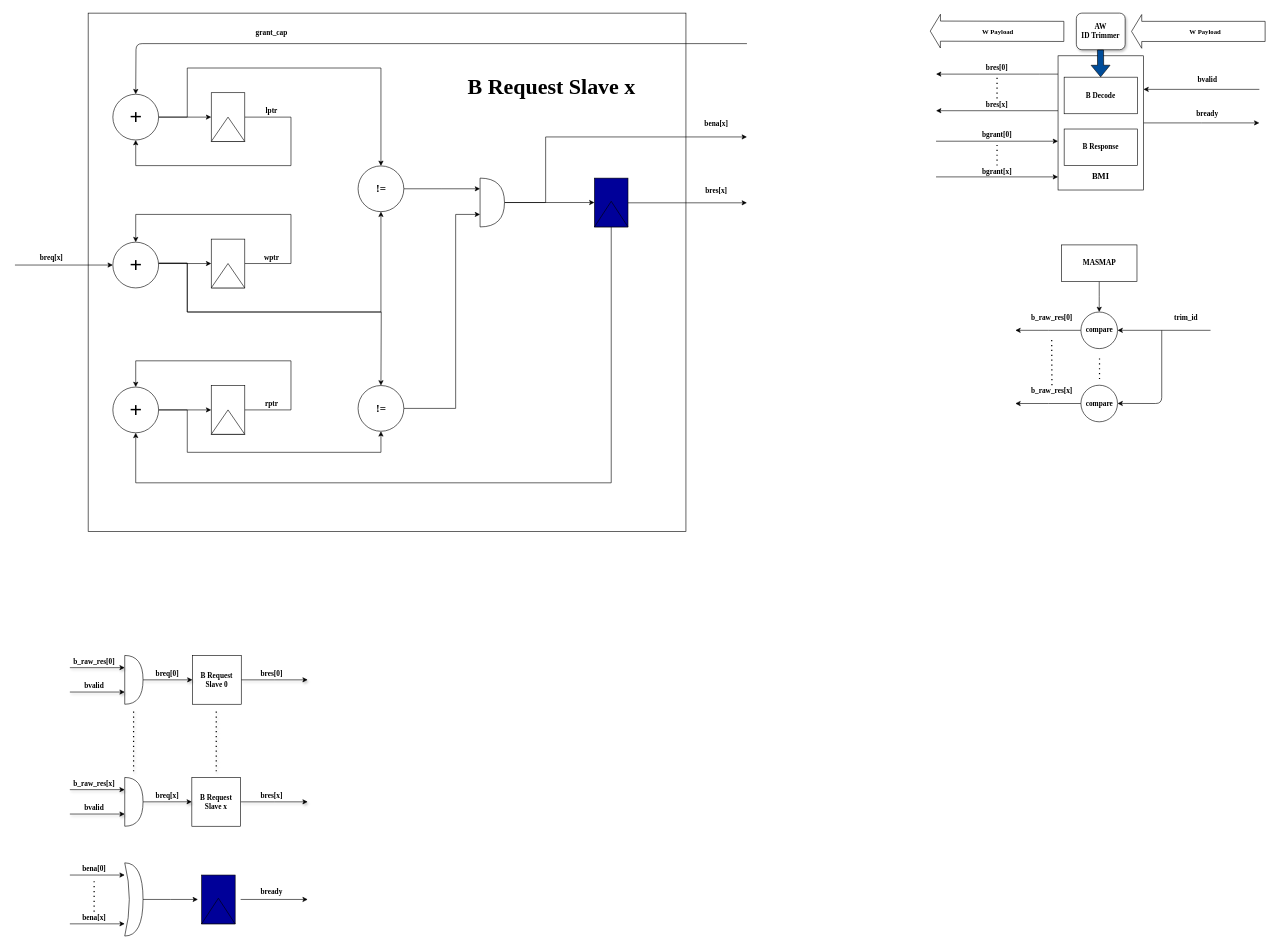
Before: page "BMI" (7 of 14) of VG_AxiBus/Doc/reg_free.drawio in nguyenquanicd/VG_RTL, a draw.io diagram. Source tidied: cells renumbered, new cells numbered last; positions are measured from the earlier drawing's top-left corner, leaving out a move shared by most shapes. Both pictures are drawn from the tidied source at 61%, with x=0, y=0 at pixel (15, 13).
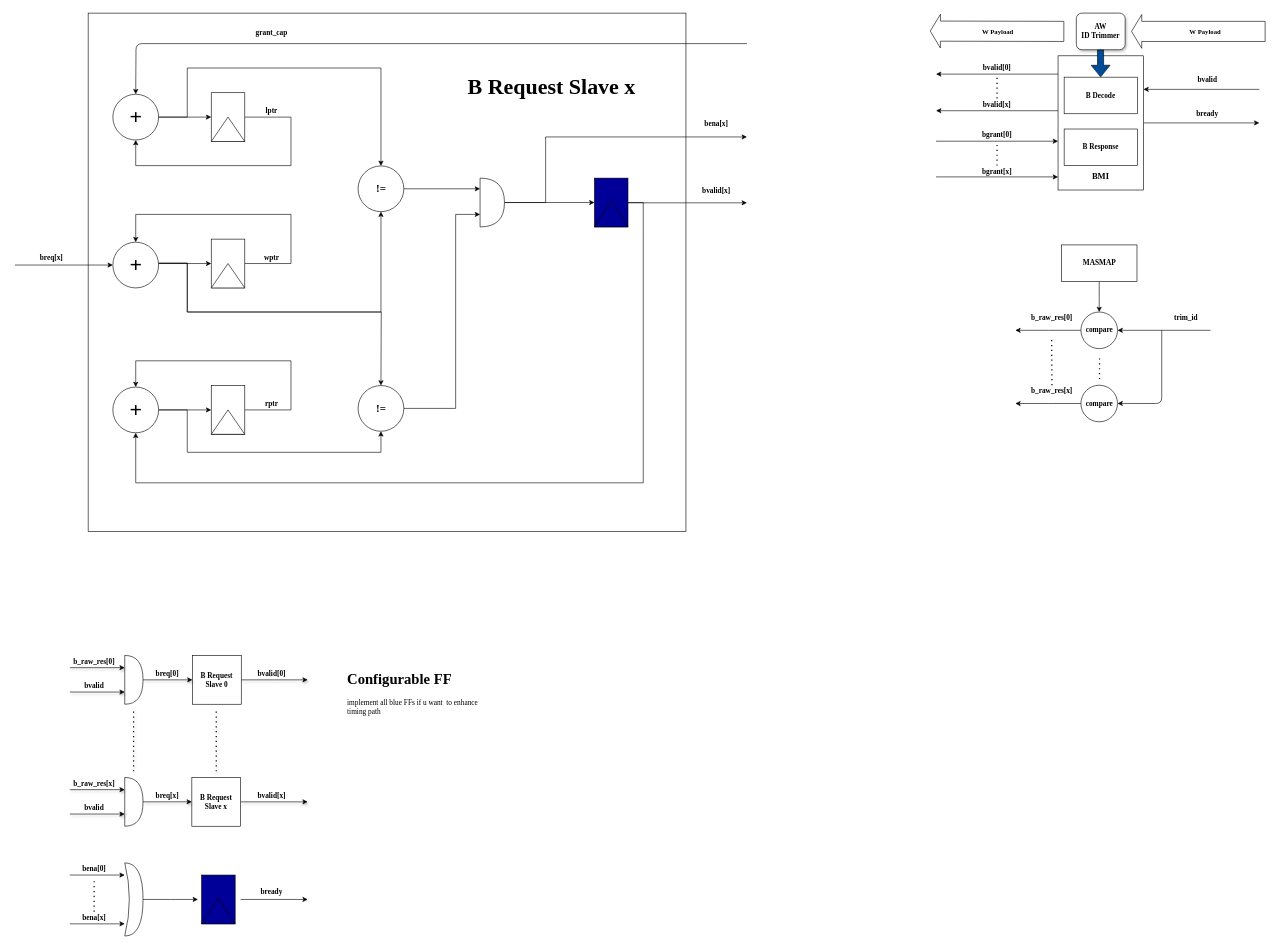
Above is the later version.

Unchanged cells that the change refers to:
```xml
<mxCell id="58" style="rounded=0;whiteSpace=wrap;html=1;fillColor=#000099;" parent="1" vertex="1">
  <mxGeometry x="950" y="270.5" width="55" height="80" as="geometry" />
</mxCell>
<mxCell id="70" value="&lt;font face=&quot;Times New Roman&quot; style=&quot;font-size: 36px&quot;&gt;&lt;b&gt;+&lt;/b&gt;&lt;/font&gt;" style="ellipse;whiteSpace=wrap;html=1;" parent="1" vertex="1">
  <mxGeometry x="160.5" y="613" width="75" height="75" as="geometry" />
</mxCell>
```

Diff of the diagram source:
```diff
@@
-    <mxCell id="17" value="&lt;font face=&quot;Times New Roman&quot;&gt;&lt;b&gt;bres[0]&lt;/b&gt;&lt;/font&gt;" style="text;html=1;strokeColor=none;fillColor=none;align=center;verticalAlign=middle;whiteSpace=wrap;rounded=0;shadow=0;" parent="1" vertex="1">
+    <mxCell id="17" value="&lt;font face=&quot;Times New Roman&quot;&gt;&lt;b&gt;bvalid[0]&lt;/b&gt;&lt;/font&gt;" style="text;html=1;strokeColor=none;fillColor=none;align=center;verticalAlign=middle;whiteSpace=wrap;rounded=0;shadow=0;" parent="1" vertex="1">
       <mxGeometry x="1590" y="80" width="40" height="20" as="geometry" />
     </mxCell>
-    <mxCell id="18" value="&lt;font face=&quot;Times New Roman&quot;&gt;&lt;b&gt;bres[x]&lt;/b&gt;&lt;/font&gt;" style="text;html=1;strokeColor=none;fillColor=none;align=center;verticalAlign=middle;whiteSpace=wrap;rounded=0;shadow=0;" parent="1" vertex="1">
+    <mxCell id="18" value="&lt;font face=&quot;Times New Roman&quot;&gt;&lt;b&gt;bvalid[x]&lt;/b&gt;&lt;/font&gt;" style="text;html=1;strokeColor=none;fillColor=none;align=center;verticalAlign=middle;whiteSpace=wrap;rounded=0;shadow=0;" parent="1" vertex="1">
       <mxGeometry x="1590" y="140" width="40" height="20" as="geometry" />
     </mxCell>
@@
     <mxCell id="56" style="edgeStyle=orthogonalEdgeStyle;rounded=0;jettySize=auto;html=1;entryX=0.5;entryY=1;entryDx=0;entryDy=0;" parent="1" edge="1" source="58" target="70">
       <mxGeometry relative="1" as="geometry">
         <Array as="points">
-          <mxPoint x="978" y="770" />
+          <mxPoint x="1030" y="311" />
+          <mxPoint x="1030" y="770" />
           <mxPoint x="198" y="770" />
         </Array>
       </mxGeometry>
     </mxCell>
@@
-    <mxCell id="76" value="&lt;font face=&quot;Times New Roman&quot;&gt;&lt;b&gt;bres[x]&lt;/b&gt;&lt;/font&gt;" style="text;html=1;strokeColor=none;fillColor=none;align=center;verticalAlign=middle;whiteSpace=wrap;rounded=0;shadow=1;" parent="1" vertex="1">
+    <mxCell id="76" value="&lt;font face=&quot;Times New Roman&quot;&gt;&lt;b&gt;bvalid[x]&lt;/b&gt;&lt;/font&gt;" style="text;html=1;strokeColor=none;fillColor=none;align=center;verticalAlign=middle;whiteSpace=wrap;rounded=0;shadow=1;" parent="1" vertex="1">
       <mxGeometry x="1130" y="281" width="40" height="20" as="geometry" />
     </mxCell>
@@
-    <mxCell id="98" value="&lt;font face=&quot;Times New Roman&quot;&gt;&lt;b&gt;bres[x]&lt;/b&gt;&lt;/font&gt;" style="text;html=1;strokeColor=none;fillColor=none;align=center;verticalAlign=middle;whiteSpace=wrap;rounded=0;shadow=1;" parent="1" vertex="1">
+    <mxCell id="98" value="&lt;font face=&quot;Times New Roman&quot;&gt;&lt;b&gt;bvalid[x]&lt;/b&gt;&lt;/font&gt;" style="text;html=1;strokeColor=none;fillColor=none;align=center;verticalAlign=middle;whiteSpace=wrap;rounded=0;shadow=1;" parent="1" vertex="1">
       <mxGeometry x="401.2" y="1273" width="40" height="20" as="geometry" />
     </mxCell>
-    <mxCell id="99" value="&lt;font face=&quot;Times New Roman&quot;&gt;&lt;b&gt;bres[0]&lt;/b&gt;&lt;/font&gt;" style="text;html=1;strokeColor=none;fillColor=none;align=center;verticalAlign=middle;whiteSpace=wrap;rounded=0;shadow=1;" parent="1" vertex="1">
+    <mxCell id="99" value="&lt;font face=&quot;Times New Roman&quot;&gt;&lt;b&gt;bvalid[0]&lt;/b&gt;&lt;/font&gt;" style="text;html=1;strokeColor=none;fillColor=none;align=center;verticalAlign=middle;whiteSpace=wrap;rounded=0;shadow=1;" parent="1" vertex="1">
       <mxGeometry x="401.2" y="1073" width="40" height="20" as="geometry" />
     </mxCell>
@@
+    <mxCell id="113" value="&lt;h1&gt;&lt;font face=&quot;Times New Roman&quot;&gt;Configurable FF&lt;/font&gt;&lt;/h1&gt;&lt;p&gt;&lt;font face=&quot;Times New Roman&quot;&gt;implement all blue FFs if u want&amp;nbsp; to enhance timing path&lt;/font&gt;&lt;/p&gt;" style="text;html=1;strokeColor=none;fillColor=none;spacing=5;spacingTop=-20;whiteSpace=wrap;overflow=hidden;rounded=0;shadow=0;" parent="1" vertex="1">
+      <mxGeometry x="540" y="1073" width="227" height="100" as="geometry" />
+    </mxCell>
```
